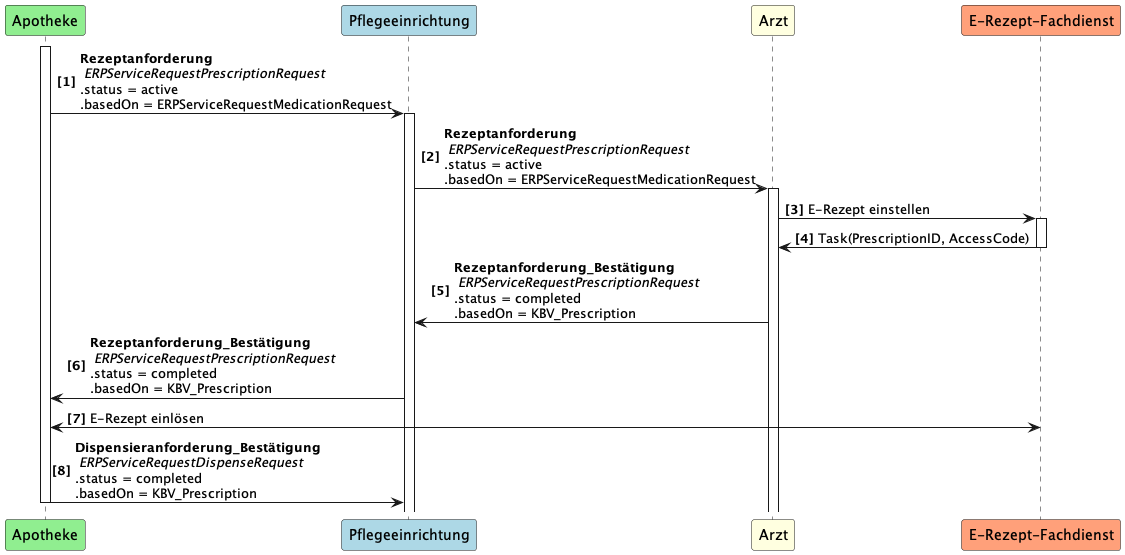
Earlier version of the PlantUML export guides/ig-rezeptanforderung/images/puml_images/UC2.png (gematik/spec-E-Rezept-ServiceRequest).
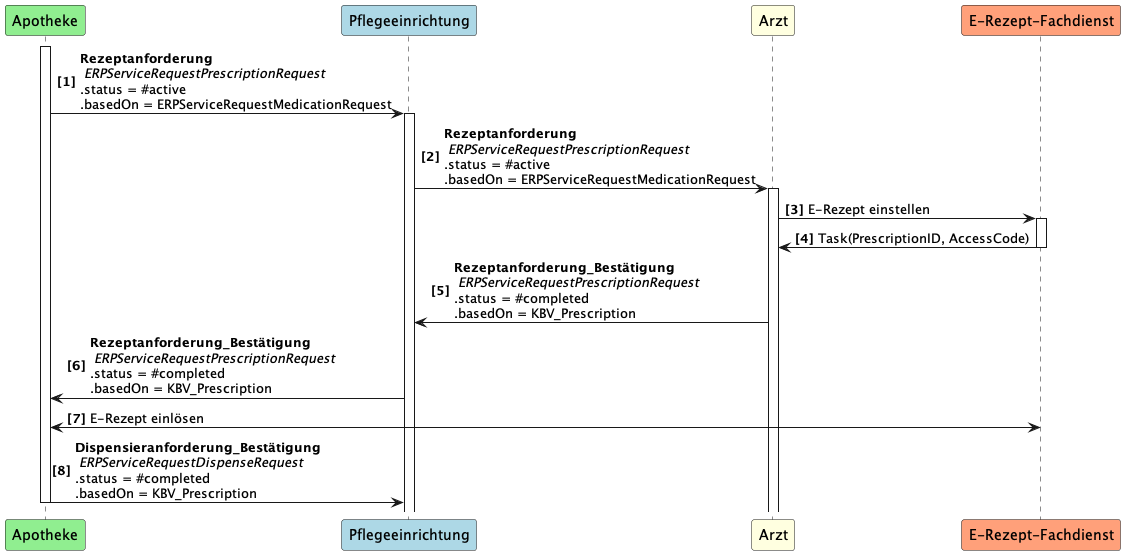
After the commit.

What changed in the source:
```diff
@@ -6,14 +6,14 @@
 participant "E-Rezept-Fachdienst" as FD #LightSalmon
 
 Activate AP
-AP -> PE++: <b>Rezeptanforderung\n <i>ERPServiceRequestPrescriptionRequest  \n.status = active \n.basedOn = ERPServiceRequestMedicationRequest
-PE -> A++: <b>Rezeptanforderung\n <i>ERPServiceRequestPrescriptionRequest  \n.status = active \n.basedOn = ERPServiceRequestMedicationRequest
+AP -> PE++: <b>Rezeptanforderung\n <i>ERPServiceRequestPrescriptionRequest  \n.status = #active \n.basedOn = ERPServiceRequestMedicationRequest
+PE -> A++: <b>Rezeptanforderung\n <i>ERPServiceRequestPrescriptionRequest  \n.status = #active \n.basedOn = ERPServiceRequestMedicationRequest
 A -> FD++: E-Rezept einstellen
 FD -> A--: Task(PrescriptionID, AccessCode)
-A -> PE: <b>Rezeptanforderung_Bestätigung\n <i>ERPServiceRequestPrescriptionRequest  \n.status = completed \n.basedOn = KBV_Prescription
-PE -> AP: <b>Rezeptanforderung_Bestätigung\n <i>ERPServiceRequestPrescriptionRequest  \n.status = completed \n.basedOn = KBV_Prescription
+A -> PE: <b>Rezeptanforderung_Bestätigung\n <i>ERPServiceRequestPrescriptionRequest  \n.status = #completed \n.basedOn = KBV_Prescription
+PE -> AP: <b>Rezeptanforderung_Bestätigung\n <i>ERPServiceRequestPrescriptionRequest  \n.status = #completed \n.basedOn = KBV_Prescription
 
 
 AP <-> FD: E-Rezept einlösen
-AP -> PE--: <b>Dispensieranforderung_Bestätigung\n <i>ERPServiceRequestDispenseRequest  \n.status = completed \n.basedOn = KBV_Prescription
+AP -> PE--: <b>Dispensieranforderung_Bestätigung\n <i>ERPServiceRequestDispenseRequest  \n.status = #completed \n.basedOn = KBV_Prescription
 @enduml
```
